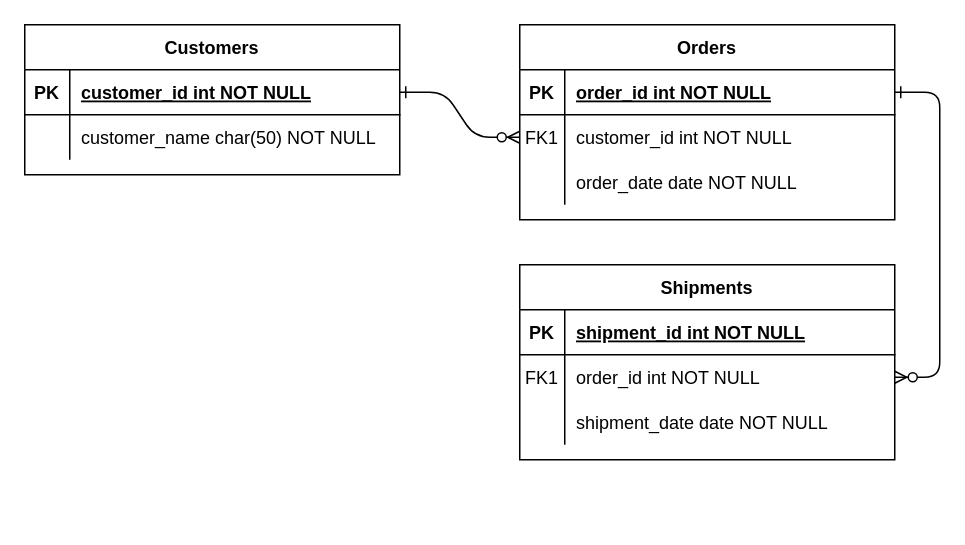
This is 我的团队ER图.drawio from Super-YYQ/drawIo, a draw.io file, before an edit. Source tidied: cells renumbered, new cells numbered last; positions are measured from the earlier drawing's top-left corner, leaving out a move shared by most shapes. Both pictures are drawn from the tidied source at 150%, with x=0, y=0 at pixel (24, 24).
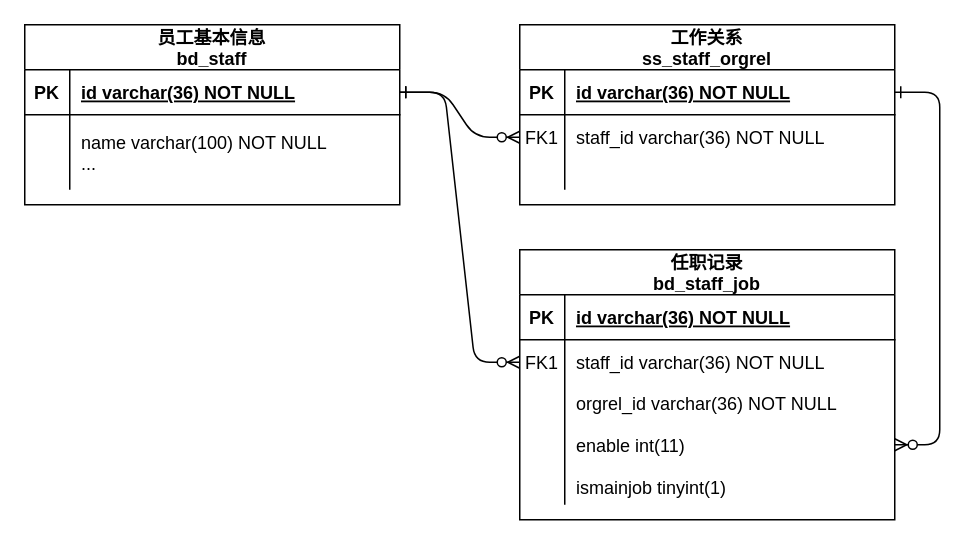
After the change.

Commit message:
更新我的团队ER图.drawio

The change refers to these unchanged cells:
```xml
<mxCell id="5" style="shape=partialRectangle;fillColor=none;points=[[0,0.5],[1,0.5]];portConstraint=eastwest;top=0;left=0;right=0;bottom=1;" parent="4" vertex="1">
  <mxGeometry y="30" width="250" height="30" as="geometry" />
</mxCell>
<mxCell id="8" style="shape=partialRectangle;fillColor=none;points=[[0,0.5],[1,0.5]];portConstraint=eastwest;top=0;left=0;right=0;bottom=0;" parent="4" vertex="1">
  <mxGeometry y="60" width="250" height="30" as="geometry" />
</mxCell>
<mxCell id="15" style="shape=partialRectangle;fillColor=none;top=0;left=0;right=0;bottom=1;" parent="14" vertex="1">
  <mxGeometry y="30" width="250" height="30" as="geometry" />
</mxCell>
<mxCell id="18" style="shape=partialRectangle;fillColor=none;points=[[0,0.5],[1,0.5]];portConstraint=eastwest;top=0;left=0;right=0;bottom=0;" parent="14" vertex="1">
  <mxGeometry y="60" width="250" height="30" as="geometry" />
</mxCell>
<mxCell id="25" style="shape=partialRectangle;fillColor=none;points=[[0,0.5],[1,0.5]];portConstraint=eastwest;top=0;left=0;right=0;bottom=1;" parent="24" vertex="1">
  <mxGeometry y="30" width="250" height="30" as="geometry" />
</mxCell>
```

The edit, as a diff of the source:
```diff
@@
+    <mxCell id="31" style="edgeStyle=entityRelationEdgeStyle;endArrow=ERzeroToMany;startArrow=ERone;endFill=1;startFill=0;exitX=1;exitY=0.5;exitDx=0;exitDy=0;entryX=0;entryY=0.5;entryDx=0;entryDy=0;" parent="1" edge="1" source="25" target="18">
+      <mxGeometry relative="1" as="geometry">
+        <Array as="points">
+          <mxPoint x="310" y="10" />
+          <mxPoint x="340" y="-20" />
+          <mxPoint x="380" y="-40" />
+          <mxPoint x="380" y="-30" />
+        </Array>
+      </mxGeometry>
+    </mxCell>
@@
-    <mxCell id="3" style="edgeStyle=entityRelationEdgeStyle;endArrow=ERzeroToMany;startArrow=ERone;endFill=1;startFill=0;" parent="1" edge="1" source="5" target="18">
-      <mxGeometry relative="1" as="geometry" />
+    <mxCell id="3" style="edgeStyle=entityRelationEdgeStyle;endArrow=ERzeroToMany;startArrow=ERone;endFill=1;startFill=0;entryX=1;entryY=0.5;entryDx=0;entryDy=0;" parent="1" edge="1" source="5" target="21">
+      <mxGeometry relative="1" as="geometry">
+        <Array as="points">
+          <mxPoint x="640" y="100" />
+        </Array>
+      </mxGeometry>
     </mxCell>
-    <mxCell id="4" value="Orders" style="shape=table;startSize=30;childLayout=tableLayout;rowLines=0;fontStyle=1;align=center;" parent="1" vertex="1">
-      <mxGeometry x="330" width="250" height="130" as="geometry" />
+    <mxCell id="4" value="工作关系&#10;ss_staff_orgrel" style="shape=table;startSize=30;childLayout=tableLayout;rowLines=0;fontStyle=1;align=center;" parent="1" vertex="1">
+      <mxGeometry x="330" width="250" height="120" as="geometry" />
     </mxCell>
@@
-    <mxCell id="7" value="order_id int NOT NULL " style="shape=partialRectangle;overflow=hidden;fillColor=none;top=0;left=0;bottom=0;right=0;align=left;spacingLeft=6;fontStyle=5;" parent="5" vertex="1">
+    <mxCell id="7" value="id varchar(36) NOT NULL " style="shape=partialRectangle;overflow=hidden;fillColor=none;top=0;left=0;bottom=0;right=0;align=left;spacingLeft=6;fontStyle=5;" parent="5" vertex="1">
       <mxGeometry x="30" width="220" height="30" as="geometry" />
     </mxCell>
@@
-    <mxCell id="10" value="customer_id int NOT NULL" style="shape=partialRectangle;overflow=hidden;fillColor=none;top=0;left=0;bottom=0;right=0;align=left;spacingLeft=6;" parent="8" vertex="1">
+    <mxCell id="10" value="staff_id varchar(36) NOT NULL" style="shape=partialRectangle;overflow=hidden;fillColor=none;top=0;left=0;bottom=0;right=0;align=left;spacingLeft=6;" parent="8" vertex="1">
       <mxGeometry x="30" width="220" height="30" as="geometry" />
     </mxCell>
     <mxCell id="11" style="shape=partialRectangle;fillColor=none;top=0;left=0;right=0;bottom=0;" parent="4" vertex="1">
-      <mxGeometry y="90" width="250" height="30" as="geometry" />
+      <mxGeometry y="90" width="250" height="20" as="geometry" />
     </mxCell>
     <mxCell id="12" style="shape=partialRectangle;overflow=hidden;fillColor=none;top=0;left=0;bottom=0;right=0;" parent="11" vertex="1">
-      <mxGeometry width="30" height="30" as="geometry" />
+      <mxGeometry width="30" height="20" as="geometry" />
     </mxCell>
-    <mxCell id="13" value="order_date date NOT NULL" style="shape=partialRectangle;overflow=hidden;fillColor=none;top=0;left=0;bottom=0;right=0;align=left;spacingLeft=6;" parent="11" vertex="1">
-      <mxGeometry x="30" width="220" height="30" as="geometry" />
+    <mxCell id="13" style="shape=partialRectangle;overflow=hidden;fillColor=none;top=0;left=0;bottom=0;right=0;align=left;spacingLeft=6;" parent="11" vertex="1">
+      <mxGeometry x="30" width="220" height="20" as="geometry" />
     </mxCell>
-    <mxCell id="14" value="Shipments" style="shape=table;startSize=30;childLayout=tableLayout;rowLines=0;fontStyle=1;align=center;" parent="1" vertex="1">
-      <mxGeometry x="330" y="160" width="250" height="130" as="geometry" />
+    <mxCell id="14" value="任职记录&#10;bd_staff_job" style="shape=table;startSize=30;childLayout=tableLayout;rowLines=0;fontStyle=1;align=center;" parent="1" vertex="1">
+      <mxGeometry x="330" y="150" width="250" height="180" as="geometry" />
     </mxCell>
@@
-    <mxCell id="17" value="shipment_id int NOT NULL " style="shape=partialRectangle;overflow=hidden;fillColor=none;top=0;left=0;bottom=0;right=0;align=left;spacingLeft=6;fontStyle=5;" parent="15" vertex="1">
+    <mxCell id="17" value="id varchar(36) NOT NULL " style="shape=partialRectangle;overflow=hidden;fillColor=none;top=0;left=0;bottom=0;right=0;align=left;spacingLeft=6;fontStyle=5;" parent="15" vertex="1">
       <mxGeometry x="30" width="220" height="30" as="geometry" />
     </mxCell>
@@
-    <mxCell id="20" value="order_id int NOT NULL" style="shape=partialRectangle;overflow=hidden;fillColor=none;top=0;left=0;bottom=0;right=0;align=left;spacingLeft=6;" parent="18" vertex="1">
+    <mxCell id="20" value="staff_id varchar(36) NOT NULL" style="shape=partialRectangle;overflow=hidden;fillColor=none;top=0;left=0;bottom=0;right=0;align=left;spacingLeft=6;" parent="18" vertex="1">
       <mxGeometry x="30" width="220" height="30" as="geometry" />
     </mxCell>
     <mxCell id="21" style="shape=partialRectangle;fillColor=none;points=[[0,0.5],[1,0.5]];portConstraint=eastwest;top=0;left=0;right=0;bottom=0;" parent="14" vertex="1">
-      <mxGeometry y="90" width="250" height="30" as="geometry" />
+      <mxGeometry y="90" width="250" height="80" as="geometry" />
     </mxCell>
     <mxCell id="22" style="shape=partialRectangle;overflow=hidden;fillColor=none;top=0;left=0;bottom=0;right=0;" parent="21" vertex="1">
-      <mxGeometry width="30" height="30" as="geometry" />
+      <mxGeometry width="30" height="80" as="geometry" />
     </mxCell>
-    <mxCell id="23" value="shipment_date date NOT NULL" style="shape=partialRectangle;overflow=hidden;fillColor=none;top=0;left=0;bottom=0;right=0;align=left;spacingLeft=6;" parent="21" vertex="1">
-      <mxGeometry x="30" width="220" height="30" as="geometry" />
+    <mxCell id="23" value="orgrel_id varchar(36) NOT NULL&#10;&#10;enable int(11)&#10;&#10;ismainjob tinyint(1)" style="shape=partialRectangle;overflow=hidden;fillColor=none;top=0;left=0;bottom=0;right=0;align=left;spacingLeft=6;" parent="21" vertex="1">
+      <mxGeometry x="30" width="220" height="80" as="geometry" />
     </mxCell>
-    <mxCell id="24" value="Customers" style="shape=table;startSize=30;childLayout=tableLayout;rowLines=0;fontStyle=1;align=center;" parent="1" vertex="1">
-      <mxGeometry width="250" height="100" as="geometry" />
+    <mxCell id="24" value="员工基本信息&#10;bd_staff" style="shape=table;startSize=30;childLayout=tableLayout;rowLines=0;fontStyle=1;align=center;" parent="1" vertex="1">
+      <mxGeometry width="250" height="120" as="geometry" />
     </mxCell>
@@
-    <mxCell id="27" value="customer_id int NOT NULL " style="shape=partialRectangle;overflow=hidden;fillColor=none;top=0;left=0;bottom=0;right=0;align=left;spacingLeft=6;fontStyle=5;" parent="25" vertex="1">
+    <mxCell id="27" value="id varchar(36) NOT NULL " style="shape=partialRectangle;overflow=hidden;fillColor=none;top=0;left=0;bottom=0;right=0;align=left;spacingLeft=6;fontStyle=5;" parent="25" vertex="1">
       <mxGeometry x="30" width="220" height="30" as="geometry" />
     </mxCell>
     <mxCell id="28" style="shape=partialRectangle;fillColor=none;top=0;left=0;right=0;bottom=0;" parent="24" vertex="1">
-      <mxGeometry y="60" width="250" height="30" as="geometry" />
+      <mxGeometry y="60" width="250" height="50" as="geometry" />
     </mxCell>
     <mxCell id="29" style="shape=partialRectangle;overflow=hidden;fillColor=none;top=0;left=0;bottom=0;right=0;" parent="28" vertex="1">
-      <mxGeometry width="30" height="30" as="geometry" />
+      <mxGeometry width="30" height="50" as="geometry" />
     </mxCell>
-    <mxCell id="30" value="customer_name char(50) NOT NULL" style="shape=partialRectangle;overflow=hidden;fillColor=none;top=0;left=0;bottom=0;right=0;align=left;spacingLeft=6;" parent="28" vertex="1">
-      <mxGeometry x="30" width="220" height="30" as="geometry" />
+    <mxCell id="30" value="name varchar(100) NOT NULL&#10;..." style="shape=partialRectangle;overflow=hidden;fillColor=none;top=0;left=0;bottom=0;right=0;align=left;spacingLeft=6;" parent="28" vertex="1">
+      <mxGeometry x="30" width="220" height="50" as="geometry" />
     </mxCell>
```
